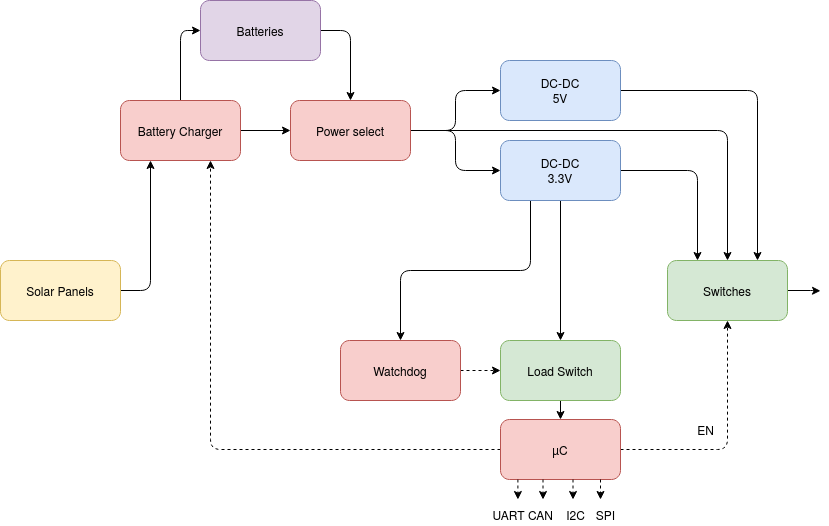
This is Template/img/EPS_basic.png from Siegmundshof93/MasterArbeit, a draw.io export, as it was before one commit. Source tidied: cells renumbered, new cells last; positions are measured from the earlier drawing's top-left corner, leaving out a move shared by most shapes.
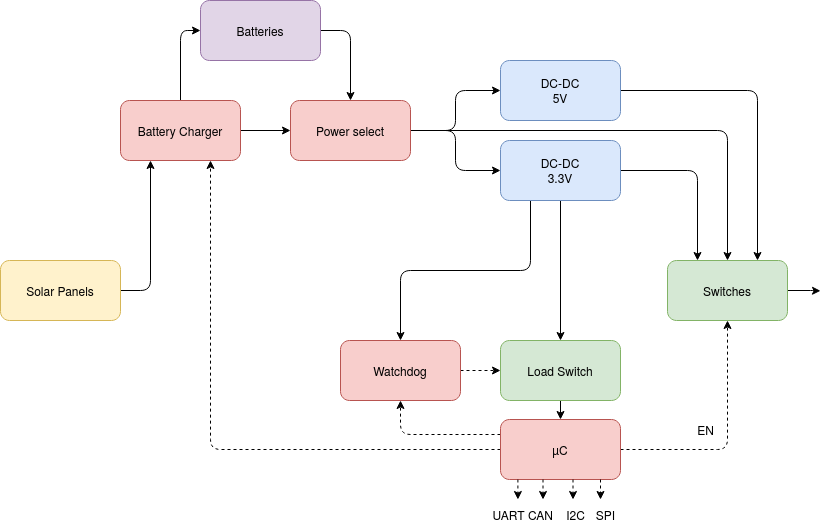
The same diagram one commit later.

Diff of the diagram source:
```diff
@@ -59,6 +59,9 @@
     <mxCell id="20" style="edgeStyle=orthogonalEdgeStyle;rounded=1;jettySize=auto;html=1;exitX=0;exitY=0.5;exitDx=0;exitDy=0;entryX=0.75;entryY=1;entryDx=0;entryDy=0;dashed=1;" parent="1" edge="1" source="21" target="6">
       <mxGeometry relative="1" as="geometry" />
     </mxCell>
+    <mxCell id="37" style="edgeStyle=orthogonalEdgeStyle;rounded=1;jettySize=auto;html=1;exitX=0;exitY=0.25;exitDx=0;exitDy=0;entryX=0.5;entryY=1;entryDx=0;entryDy=0;dashed=1;" parent="1" edge="1" source="21" target="23">
+      <mxGeometry relative="1" as="geometry" />
+    </mxCell>
     <mxCell id="21" value="µC" style="rounded=1;whiteSpace=wrap;html=1;fillColor=#f8cecc;strokeColor=#b85450;" parent="1" vertex="1">
       <mxGeometry x="500" y="419" width="120" height="60" as="geometry" />
     </mxCell>
```
